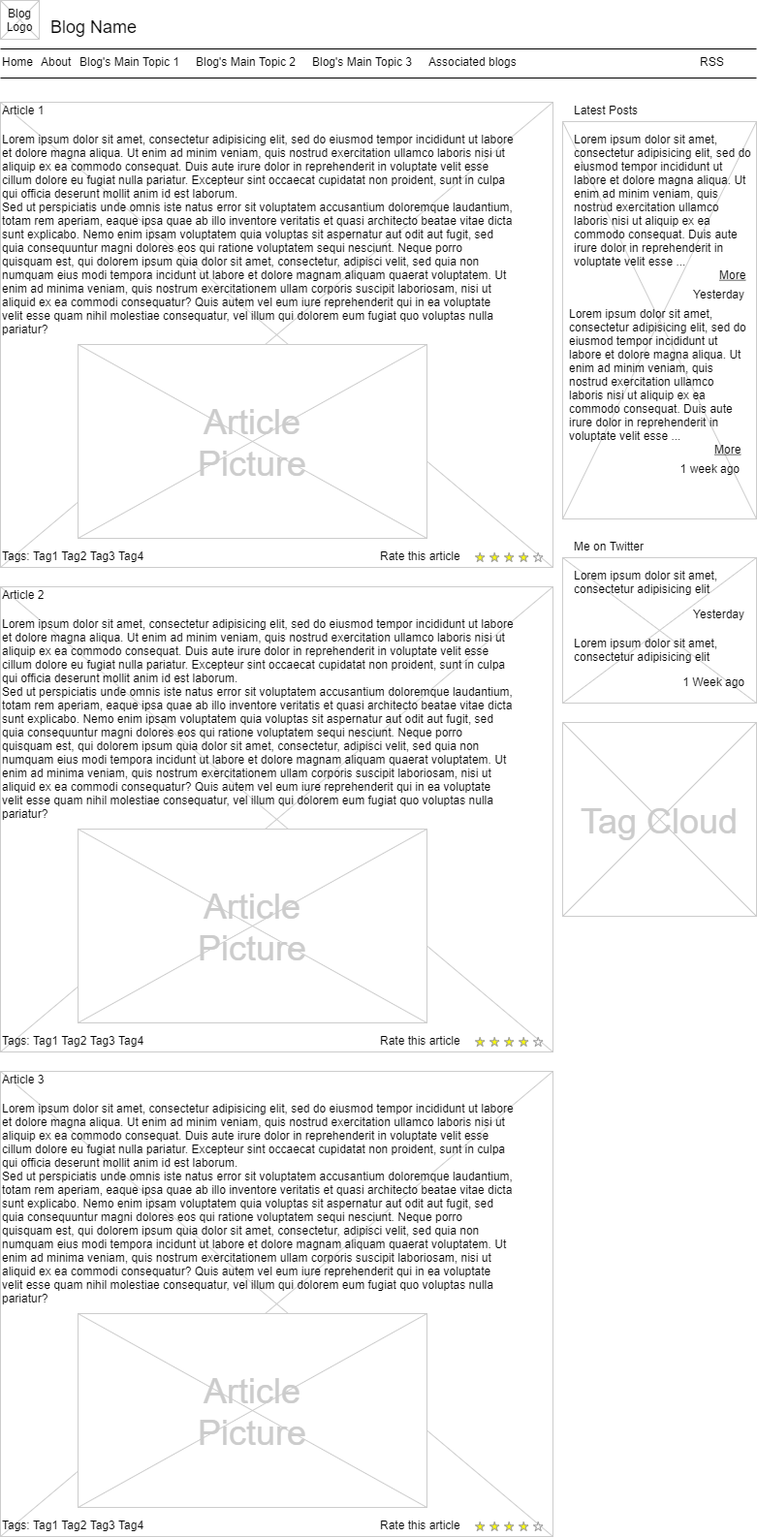
The draw.io diagram Untitled Diagram.png in MariuszKaminski/Milestone-Project-1, before a commit. Source tidied: cells renumbered, new cells last; positions are measured from the earlier drawing's top-left corner, leaving out a move shared by most shapes.
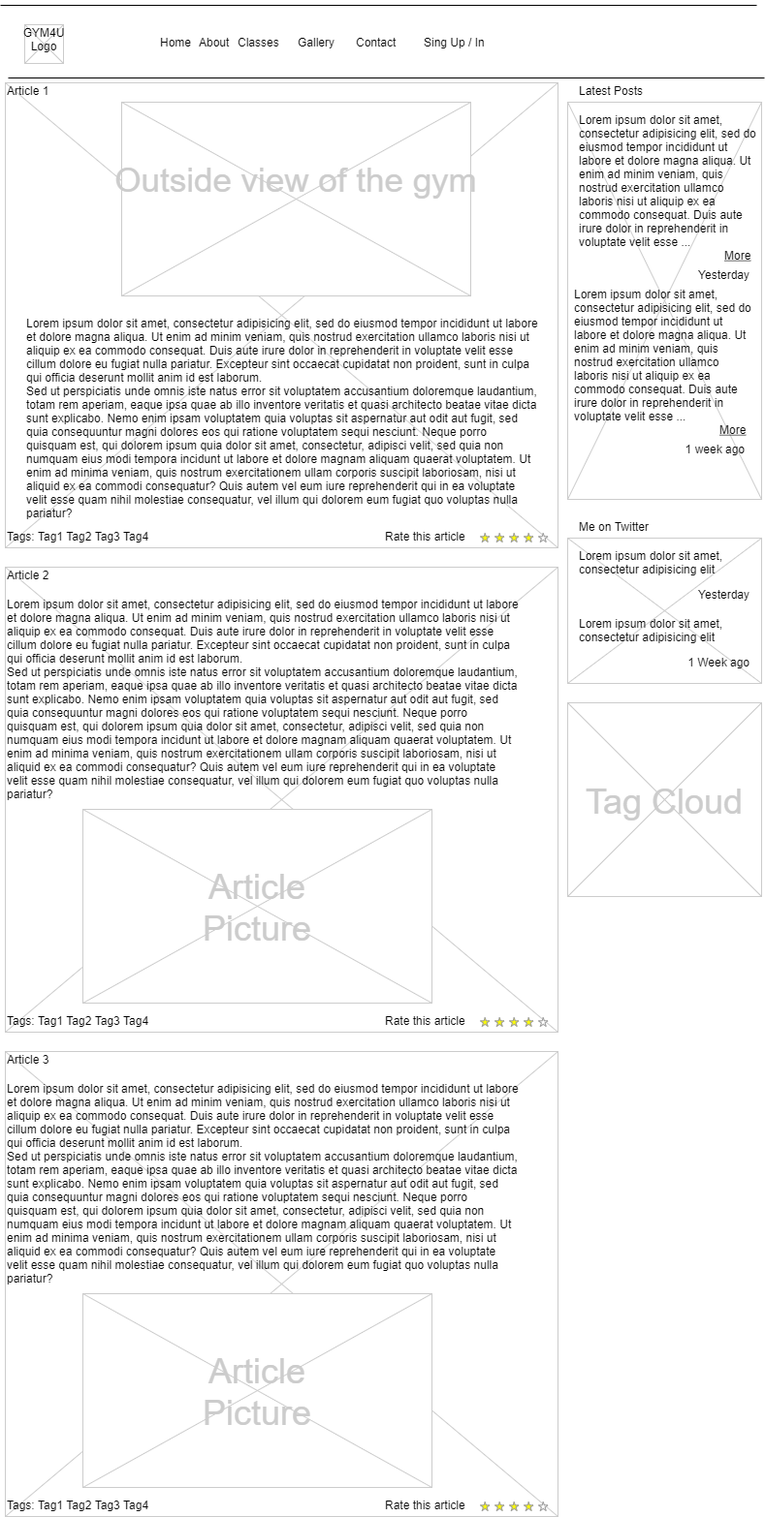
Above is the later version.

What changed in the source:
```diff
@@ -8,36 +8,30 @@
     <mxCell id="3" style="verticalLabelPosition=bottom;verticalAlign=top;strokeWidth=1;shape=mxgraph.mockup.graphics.iconGrid;strokeColor=#CCCCCC;gridSize=1,1;" parent="1" vertex="1">
       <mxGeometry y="105" width="570" height="480" as="geometry" />
     </mxCell>
-    <mxCell id="4" value="Blog Name" style="text;spacingTop=-5;fontSize=18;fontStyle=0;" parent="1" vertex="1">
-      <mxGeometry x="50" y="15" width="230" height="20" as="geometry" />
-    </mxCell>
     <mxCell id="5" style="line;strokeWidth=1;" parent="1" vertex="1">
-      <mxGeometry y="45" width="780" height="10" as="geometry" />
+      <mxGeometry x="-5" y="20" width="780" height="10" as="geometry" />
     </mxCell>
     <mxCell id="6" style="line;strokeWidth=1;" parent="1" vertex="1">
-      <mxGeometry y="75" width="780" height="10" as="geometry" />
+      <mxGeometry x="3" y="95" width="780" height="10" as="geometry" />
     </mxCell>
     <mxCell id="7" value="Home" style="text;spacingTop=-5;" parent="1" vertex="1">
-      <mxGeometry y="55" width="30" height="20" as="geometry" />
+      <mxGeometry x="158" y="55" width="30" height="20" as="geometry" />
     </mxCell>
     <mxCell id="8" value="About" style="text;spacingTop=-5;" parent="1" vertex="1">
-      <mxGeometry x="40" y="55" width="30" height="20" as="geometry" />
+      <mxGeometry x="198" y="55" width="30" height="20" as="geometry" />
     </mxCell>
-    <mxCell id="9" value="Associated blogs" style="text;spacingTop=-5;" parent="1" vertex="1">
-      <mxGeometry x="440" y="55" width="30" height="20" as="geometry" />
+    <mxCell id="9" value="Sing Up / In" style="text;spacingTop=-5;" parent="1" vertex="1">
+      <mxGeometry x="430" y="55" width="30" height="20" as="geometry" />
     </mxCell>
     <mxCell id="10" value="Article 1" style="text;spacingTop=-5;" parent="1" vertex="1">
       <mxGeometry y="105" width="30" height="20" as="geometry" />
     </mxCell>
     <mxCell id="11" value="Lorem ipsum dolor sit amet, consectetur adipisicing elit, sed do eiusmod tempor incididunt ut labore et dolore magna aliqua. Ut enim ad minim veniam, quis nostrud exercitation ullamco laboris nisi ut aliquip ex ea commodo consequat. Duis aute irure dolor in reprehenderit in voluptate velit esse cillum dolore eu fugiat nulla pariatur. Excepteur sint occaecat cupidatat non proident, sunt in culpa qui officia deserunt mollit anim id est laborum.&#10;Sed ut perspiciatis unde omnis iste natus error sit voluptatem accusantium doloremque laudantium, totam rem aperiam, eaque ipsa quae ab illo inventore veritatis et quasi architecto beatae vitae dicta sunt explicabo. Nemo enim ipsam voluptatem quia voluptas sit aspernatur aut odit aut fugit, sed quia consequuntur magni dolores eos qui ratione voluptatem sequi nesciunt. Neque porro quisquam est, qui dolorem ipsum quia dolor sit amet, consectetur, adipisci velit, sed quia non numquam eius modi tempora incidunt ut labore et dolore magnam aliquam quaerat voluptatem. Ut enim ad minima veniam, quis nostrum exercitationem ullam corporis suscipit laboriosam, nisi ut aliquid ex ea commodi consequatur? Quis autem vel eum iure reprehenderit qui in ea voluptate velit esse quam nihil molestiae consequatur, vel illum qui dolorem eum fugiat quo voluptas nulla pariatur?" style="text;spacingTop=-5;whiteSpace=wrap;align=left;" parent="1" vertex="1">
-      <mxGeometry y="135" width="530" height="250" as="geometry" />
+      <mxGeometry x="20" y="345" width="530" height="250" as="geometry" />
     </mxCell>
     <mxCell id="12" value="Latest Posts" style="text;spacingTop=-5;" parent="1" vertex="1">
       <mxGeometry x="590" y="105" width="30" height="20" as="geometry" />
     </mxCell>
-    <mxCell id="13" value="RSS" style="text;spacingTop=-5;" parent="1" vertex="1">
-      <mxGeometry x="720" y="55" width="30" height="20" as="geometry" />
-    </mxCell>
     <mxCell id="14" value="Lorem ipsum dolor sit amet, consectetur adipisicing elit, sed do eiusmod tempor incididunt ut labore et dolore magna aliqua. Ut enim ad minim veniam, quis nostrud exercitation ullamco laboris nisi ut aliquip ex ea commodo consequat. Duis aute irure dolor in reprehenderit in voluptate velit esse ..." style="text;spacingTop=-5;whiteSpace=wrap;align=left;" parent="1" vertex="1">
       <mxGeometry x="590" y="135" width="190" height="140" as="geometry" />
     </mxCell>
@@ -57,25 +51,25 @@
       <mxGeometry x="735" y="475" width="30" height="20" as="geometry" />
     </mxCell>
     <mxCell id="20" style="verticalLabelPosition=bottom;verticalAlign=top;strokeWidth=1;shape=mxgraph.mockup.graphics.iconGrid;strokeColor=#CCCCCC;gridSize=1,1;" parent="1" vertex="1">
-      <mxGeometry width="40" height="40" as="geometry" />
+      <mxGeometry x="20" y="45" width="40" height="40" as="geometry" />
     </mxCell>
-    <mxCell id="21" value="Blog &#10;Logo" style="text;spacingTop=-5;align=center;" parent="1" vertex="1">
-      <mxGeometry y="5" width="40" height="40" as="geometry" />
+    <mxCell id="21" value="GYM4U&#10;Logo" style="text;spacingTop=-5;align=center;" parent="1" vertex="1">
+      <mxGeometry x="20" y="45" width="40" height="40" as="geometry" />
     </mxCell>
-    <mxCell id="22" value="Blog's Main Topic 1" style="text;spacingTop=-5;" parent="1" vertex="1">
-      <mxGeometry x="80" y="55" width="30" height="20" as="geometry" />
+    <mxCell id="22" value="Classes" style="text;spacingTop=-5;" parent="1" vertex="1">
+      <mxGeometry x="238" y="55" width="30" height="20" as="geometry" />
     </mxCell>
-    <mxCell id="23" value="Blog's Main Topic 2" style="text;spacingTop=-5;" parent="1" vertex="1">
-      <mxGeometry x="200" y="55" width="30" height="20" as="geometry" />
+    <mxCell id="23" value="Gallery" style="text;spacingTop=-5;" parent="1" vertex="1">
+      <mxGeometry x="300" y="55" width="30" height="20" as="geometry" />
     </mxCell>
-    <mxCell id="24" value="Blog's Main Topic 3" style="text;spacingTop=-5;" parent="1" vertex="1">
-      <mxGeometry x="320" y="55" width="30" height="20" as="geometry" />
+    <mxCell id="24" value="Contact" style="text;spacingTop=-5;" parent="1" vertex="1">
+      <mxGeometry x="360" y="55" width="30" height="20" as="geometry" />
     </mxCell>
     <mxCell id="25" style="verticalLabelPosition=bottom;verticalAlign=top;strokeWidth=1;shape=mxgraph.mockup.graphics.iconGrid;strokeColor=#CCCCCC;gridSize=1,1;" parent="1" vertex="1">
-      <mxGeometry x="80" y="355" width="360" height="200" as="geometry" />
+      <mxGeometry x="120" y="125" width="360" height="200" as="geometry" />
     </mxCell>
-    <mxCell id="26" value="Article&#10;Picture" style="text;spacingTop=-5;align=center;verticalAlign=middle;fontSize=36;fontColor=#CCCCCC;" parent="1" vertex="1">
-      <mxGeometry x="80" y="355" width="360" height="200" as="geometry" />
+    <mxCell id="26" value="Outside view of the gym&#10;" style="text;spacingTop=-5;align=center;verticalAlign=middle;fontSize=35;fontColor=#CCCCCC;" parent="1" vertex="1">
+      <mxGeometry x="120" y="125" width="360" height="200" as="geometry" />
     </mxCell>
     <mxCell id="27" style="verticalLabelPosition=bottom;verticalAlign=top;strokeWidth=1;shape=mxgraph.mockup.graphics.iconGrid;strokeColor=#CCCCCC;gridSize=1,1;" parent="1" vertex="1">
       <mxGeometry y="605" width="570" height="480" as="geometry" />
```
